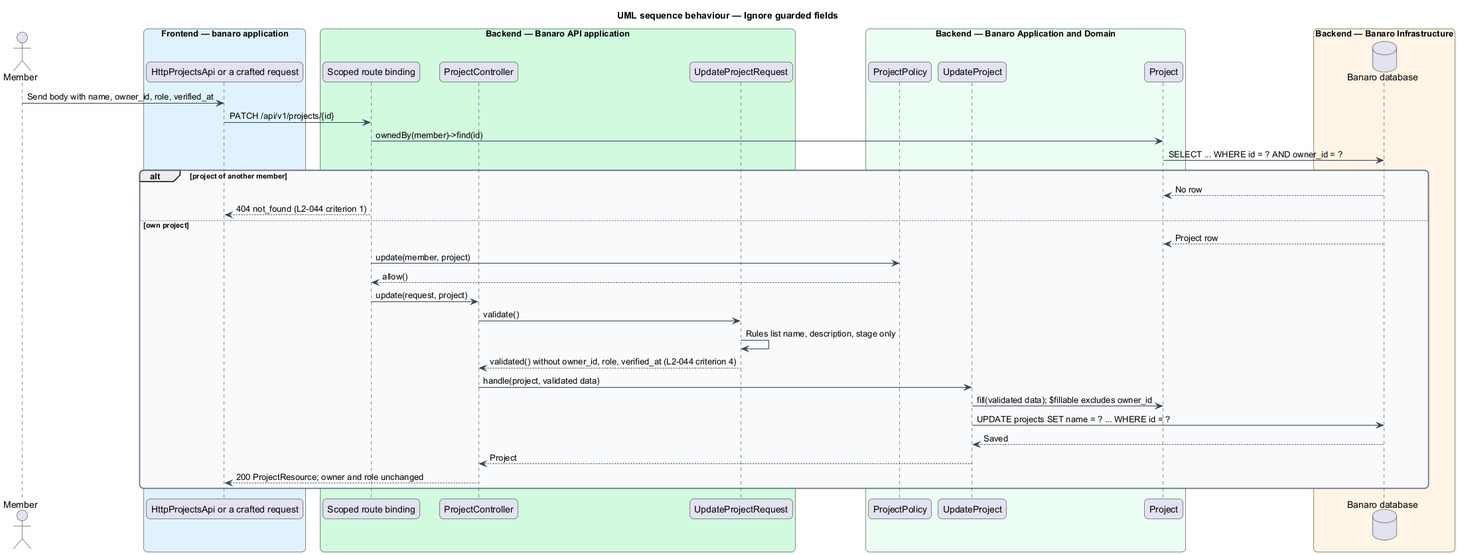
Above: docs/detailed-designs/security/scope-data-access/diagrams/sequence-ignore-guarded-fields.png in QuinntyneBrown/banaro (PlantUML), before the change. Source of this version:
```plantuml
@startuml
title UML sequence behaviour — Ignore guarded fields
skinparam backgroundColor #FFFFFF
skinparam shadowing false
skinparam roundcorner 12
skinparam defaultFontName Arial
skinparam ArrowColor #344054
skinparam rectangle {
  BorderColor #344054
  FontColor #101828
}
skinparam package {
  BorderColor #667085
  FontColor #101828
  BackgroundColor #F9FAFB
}
actor "Member" as actor
box "Frontend — banaro application" #E0F2FE
  participant "HttpProjectsApi or a crafted request" as client
end box
box "Backend — Banaro API application" #D1FADF
  participant "Scoped route binding" as binding
  participant "ProjectController" as controller
  participant "UpdateProjectRequest" as request
end box
box "Backend — Banaro Application and Domain" #ECFDF3
  participant "ProjectPolicy" as policy
  participant "UpdateProject" as action
  participant "Project" as model
end box
box "Backend — Banaro Infrastructure" #FFF4E5
  database "Banaro database" as db
end box

actor -> client : Send body with name, owner_id, role, verified_at
client -> binding : PATCH /api/v1/projects/{id}
binding -> model : ownedBy(member)->find(id)
model -> db : SELECT ... WHERE id = ? AND owner_id = ?
alt project of another member
  db --> model : No row
  binding --> client : 404 not_found (L2-044 criterion 1)
else own project
  db --> model : Project row
  binding -> policy : update(member, project)
  policy --> binding : allow()
  binding -> controller : update(request, project)
  controller -> request : validate()
  request -> request : Rules list name, description, stage only
  request --> controller : validated() without owner_id, role, verified_at (L2-044 criterion 4)
  controller -> action : handle(project, validated data)
  action -> model : fill(validated data); $fillable excludes owner_id
  action -> db : UPDATE projects SET name = ? ... WHERE id = ?
  db --> action : Saved
  action --> controller : Project
  controller --> client : 200 ProjectResource; owner and role unchanged
end
@enduml
```
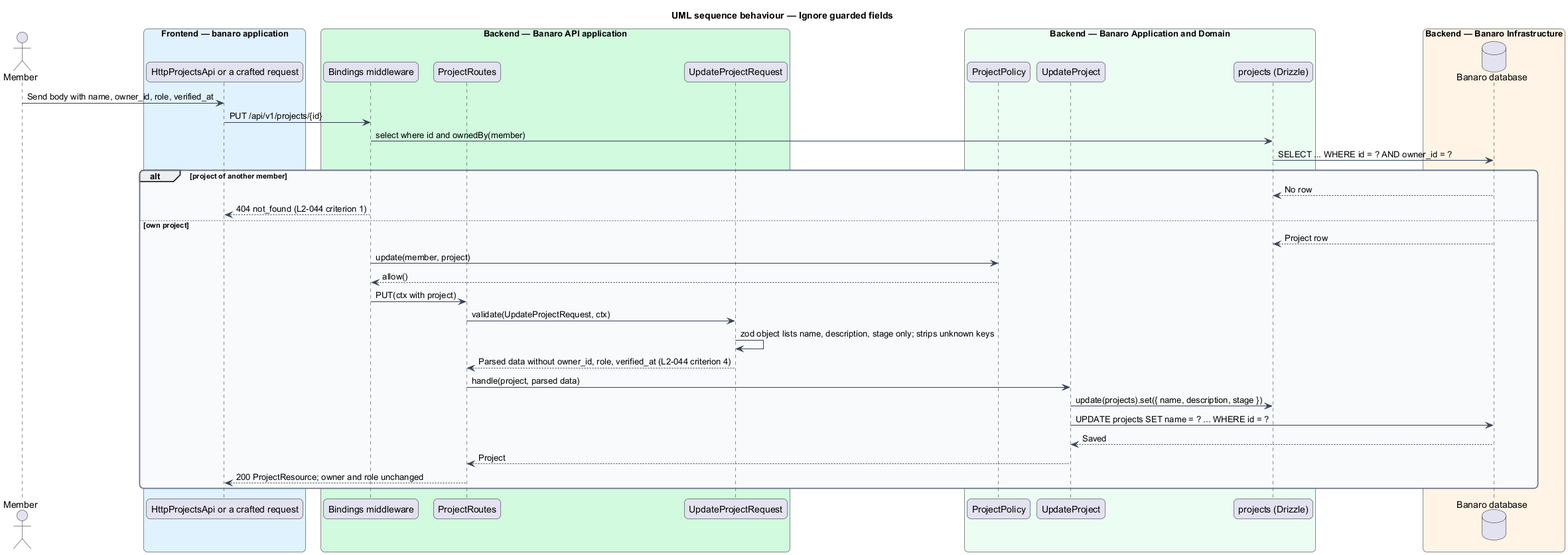
After the commit.

What changed in the source:
```diff
@@ -19,22 +19,22 @@
   participant "HttpProjectsApi or a crafted request" as client
 end box
 box "Backend — Banaro API application" #D1FADF
-  participant "Scoped route binding" as binding
-  participant "ProjectController" as controller
+  participant "Bindings middleware" as binding
+  participant "ProjectRoutes" as controller
   participant "UpdateProjectRequest" as request
 end box
 box "Backend — Banaro Application and Domain" #ECFDF3
   participant "ProjectPolicy" as policy
   participant "UpdateProject" as action
-  participant "Project" as model
+  participant "projects (Drizzle)" as model
 end box
 box "Backend — Banaro Infrastructure" #FFF4E5
   database "Banaro database" as db
 end box
 
 actor -> client : Send body with name, owner_id, role, verified_at
-client -> binding : PATCH /api/v1/projects/{id}
-binding -> model : ownedBy(member)->find(id)
+client -> binding : PUT /api/v1/projects/{id}
+binding -> model : select where id and ownedBy(member)
 model -> db : SELECT ... WHERE id = ? AND owner_id = ?
 alt project of another member
   db --> model : No row
@@ -43,12 +43,12 @@
   db --> model : Project row
   binding -> policy : update(member, project)
   policy --> binding : allow()
-  binding -> controller : update(request, project)
-  controller -> request : validate()
-  request -> request : Rules list name, description, stage only
-  request --> controller : validated() without owner_id, role, verified_at (L2-044 criterion 4)
-  controller -> action : handle(project, validated data)
-  action -> model : fill(validated data); $fillable excludes owner_id
+  binding -> controller : PUT(ctx with project)
+  controller -> request : validate(UpdateProjectRequest, ctx)
+  request -> request : zod object lists name, description, stage only; strips unknown keys
+  request --> controller : Parsed data without owner_id, role, verified_at (L2-044 criterion 4)
+  controller -> action : handle(project, parsed data)
+  action -> model : update(projects).set({ name, description, stage })
   action -> db : UPDATE projects SET name = ? ... WHERE id = ?
   db --> action : Saved
   action --> controller : Project
```
